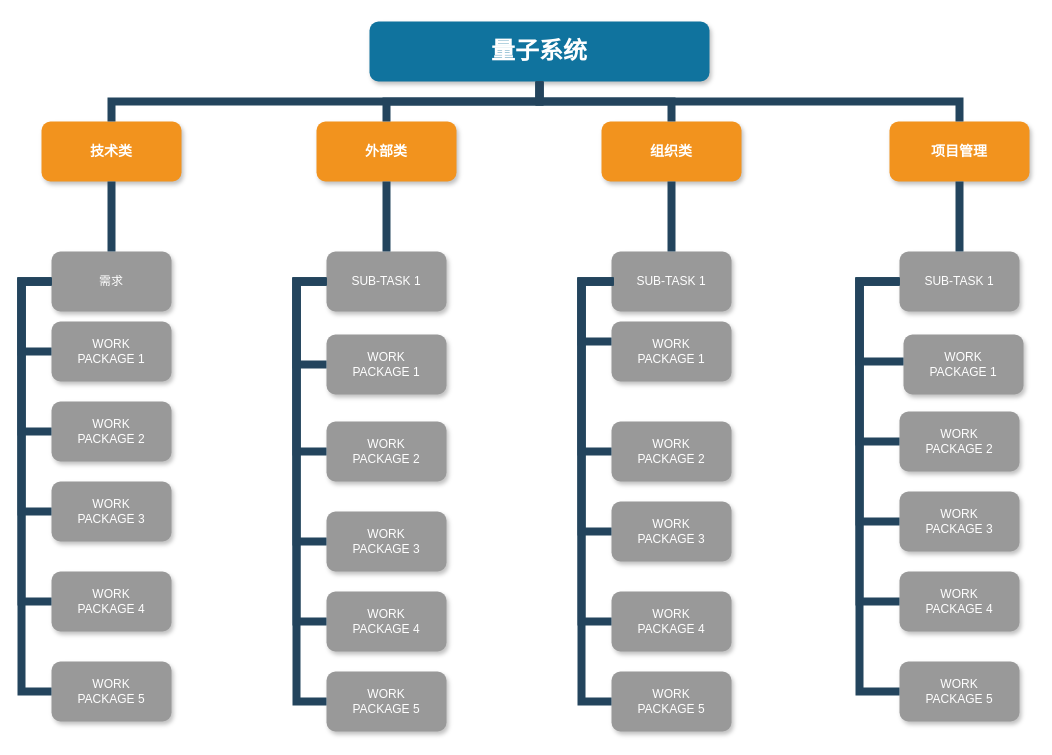
Earlier version of the draw.io diagram 项目风险结构.drawio (xccsoftware/bootStrap). Source tidied: cells renumbered, new cells numbered last; positions are measured from the earlier drawing's top-left corner, leaving out a move shared by most shapes. Both pictures are drawn from the tidied source at 100%, with x=0, y=0 at pixel (-69, 21).
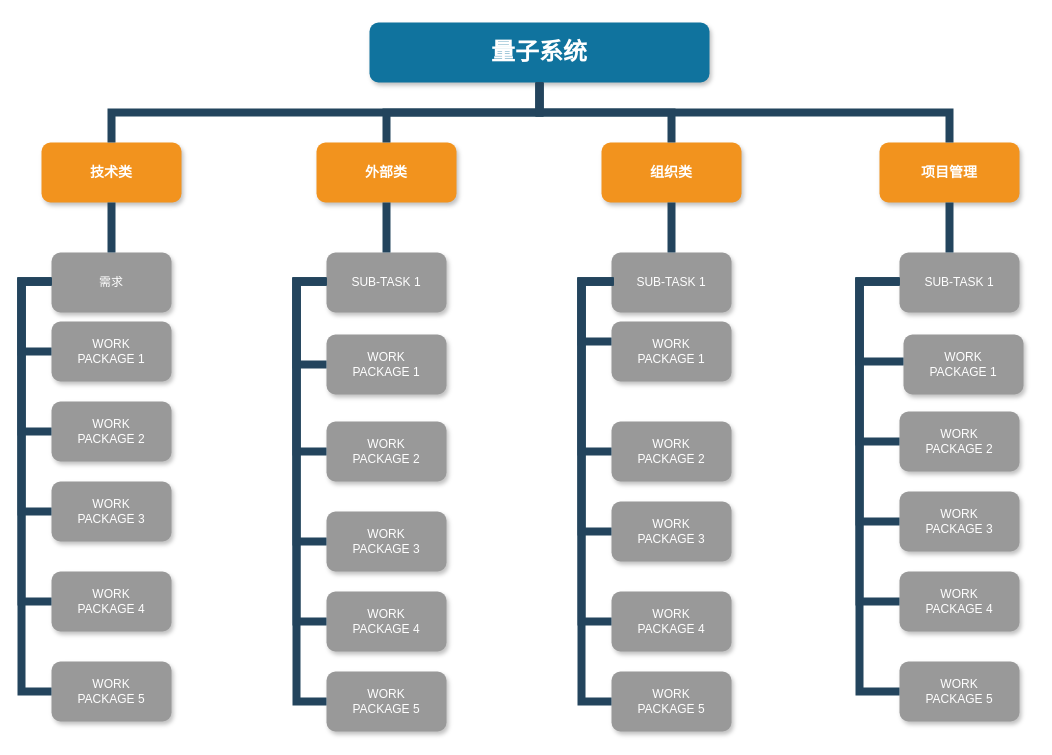
Above is the later version.

Commit message (it also covers changes not shown here):
更新项目风险结构.drawio

The change refers to these unchanged cells:
```xml
<mxCell id="8" value="WORK&#10;PACKAGE 1" style="whiteSpace=wrap;rounded=1;fillColor=#999999;strokeColor=none;shadow=1;fontColor=#FFFFFF;fontStyle=0;" parent="1" vertex="1">
  <mxGeometry x="120" y="300" width="120" height="60" as="geometry" />
</mxCell>
<mxCell id="9" value="WORK&#10;PACKAGE 2" style="whiteSpace=wrap;rounded=1;fillColor=#999999;strokeColor=none;shadow=1;fontColor=#FFFFFF;fontStyle=0;" parent="1" vertex="1">
  <mxGeometry x="120" y="380" width="120" height="60" as="geometry" />
</mxCell>
<mxCell id="10" value="WORK&#10;PACKAGE 3" style="whiteSpace=wrap;rounded=1;fillColor=#999999;strokeColor=none;shadow=1;fontColor=#FFFFFF;fontStyle=0;" parent="1" vertex="1">
  <mxGeometry x="120" y="460" width="120" height="60" as="geometry" />
</mxCell>
<mxCell id="11" value="WORK&#10;PACKAGE 4" style="whiteSpace=wrap;rounded=1;fillColor=#999999;strokeColor=none;shadow=1;fontColor=#FFFFFF;fontStyle=0;" parent="1" vertex="1">
  <mxGeometry x="120" y="550" width="120" height="60" as="geometry" />
</mxCell>
<mxCell id="12" value="WORK&#10;PACKAGE 5" style="whiteSpace=wrap;rounded=1;fillColor=#999999;strokeColor=none;shadow=1;fontColor=#FFFFFF;fontStyle=0;" parent="1" vertex="1">
  <mxGeometry x="120" y="640" width="120" height="60" as="geometry" />
</mxCell>
<mxCell id="14" value="WORK&#10;PACKAGE 1" style="whiteSpace=wrap;rounded=1;fillColor=#999999;strokeColor=none;shadow=1;fontColor=#FFFFFF;fontStyle=0;" parent="1" vertex="1">
  <mxGeometry x="395" y="313" width="120" height="60" as="geometry" />
</mxCell>
<mxCell id="15" value="WORK&#10;PACKAGE 2" style="whiteSpace=wrap;rounded=1;fillColor=#999999;strokeColor=none;shadow=1;fontColor=#FFFFFF;fontStyle=0;" parent="1" vertex="1">
  <mxGeometry x="395" y="400" width="120" height="60" as="geometry" />
</mxCell>
<mxCell id="16" value="WORK&#10;PACKAGE 3" style="whiteSpace=wrap;rounded=1;fillColor=#999999;strokeColor=none;shadow=1;fontColor=#FFFFFF;fontStyle=0;" parent="1" vertex="1">
  <mxGeometry x="395" y="490" width="120" height="60" as="geometry" />
</mxCell>
<mxCell id="17" value="WORK&#10;PACKAGE 4" style="whiteSpace=wrap;rounded=1;fillColor=#999999;strokeColor=none;shadow=1;fontColor=#FFFFFF;fontStyle=0;" parent="1" vertex="1">
  <mxGeometry x="395" y="570" width="120" height="60" as="geometry" />
</mxCell>
<mxCell id="18" value="WORK&#10;PACKAGE 5" style="whiteSpace=wrap;rounded=1;fillColor=#999999;strokeColor=none;shadow=1;fontColor=#FFFFFF;fontStyle=0;" parent="1" vertex="1">
  <mxGeometry x="395" y="650" width="120" height="60" as="geometry" />
</mxCell>
<mxCell id="43" value="WORK&#10;PACKAGE 1" style="whiteSpace=wrap;rounded=1;fillColor=#999999;strokeColor=none;shadow=1;fontColor=#FFFFFF;fontStyle=0;" parent="1" vertex="1">
  <mxGeometry x="972" y="313" width="120" height="60" as="geometry" />
</mxCell>
<mxCell id="44" value="WORK&#10;PACKAGE 2" style="whiteSpace=wrap;rounded=1;fillColor=#999999;strokeColor=none;shadow=1;fontColor=#FFFFFF;fontStyle=0;" parent="1" vertex="1">
  <mxGeometry x="968" y="390" width="120" height="60" as="geometry" />
</mxCell>
<mxCell id="45" value="WORK&#10;PACKAGE 3" style="whiteSpace=wrap;rounded=1;fillColor=#999999;strokeColor=none;shadow=1;fontColor=#FFFFFF;fontStyle=0;" parent="1" vertex="1">
  <mxGeometry x="968" y="470" width="120" height="60" as="geometry" />
</mxCell>
<mxCell id="46" value="WORK&#10;PACKAGE 4" style="whiteSpace=wrap;rounded=1;fillColor=#999999;strokeColor=none;shadow=1;fontColor=#FFFFFF;fontStyle=0;" parent="1" vertex="1">
  <mxGeometry x="968" y="550" width="120" height="60" as="geometry" />
</mxCell>
<mxCell id="47" value="WORK&#10;PACKAGE 5" style="whiteSpace=wrap;rounded=1;fillColor=#999999;strokeColor=none;shadow=1;fontColor=#FFFFFF;fontStyle=0;" parent="1" vertex="1">
  <mxGeometry x="968" y="640" width="120" height="60" as="geometry" />
</mxCell>
```

What changed in the source:
```diff
@@
     <mxCell id="2" value="量子系统" style="whiteSpace=wrap;rounded=1;shadow=1;fillColor=#10739E;strokeColor=none;fontColor=#FFFFFF;fontStyle=1;fontSize=24;" parent="1" vertex="1">
-      <mxGeometry x="438" width="340" height="60" as="geometry" />
+      <mxGeometry x="438" y="1" width="340" height="60" as="geometry" />
     </mxCell>
     <mxCell id="3" value="技术类" style="whiteSpace=wrap;rounded=1;fillColor=#F2931E;strokeColor=none;shadow=1;fontColor=#FFFFFF;fontStyle=1;fontSize=14;" parent="1" vertex="1">
-      <mxGeometry x="110" y="100" width="140" height="60" as="geometry" />
+      <mxGeometry x="110" y="121" width="140" height="60" as="geometry" />
     </mxCell>
     <mxCell id="4" value="外部类" style="whiteSpace=wrap;rounded=1;fillColor=#F2931E;strokeColor=none;shadow=1;fontColor=#FFFFFF;fontStyle=1;fontSize=14;" parent="1" vertex="1">
-      <mxGeometry x="385" y="100" width="140" height="60" as="geometry" />
+      <mxGeometry x="385" y="121" width="140" height="60" as="geometry" />
     </mxCell>
     <mxCell id="5" value="组织类" style="whiteSpace=wrap;rounded=1;fillColor=#F2931E;strokeColor=none;shadow=1;fontColor=#FFFFFF;fontStyle=1;fontSize=14;" parent="1" vertex="1">
-      <mxGeometry x="670" y="100" width="140" height="60" as="geometry" />
+      <mxGeometry x="670" y="121" width="140" height="60" as="geometry" />
     </mxCell>
     <mxCell id="6" value="项目管理" style="whiteSpace=wrap;rounded=1;fillColor=#F2931E;strokeColor=none;shadow=1;fontColor=#FFFFFF;fontStyle=1;fontSize=14;" parent="1" vertex="1">
-      <mxGeometry x="958" y="100" width="140" height="60" as="geometry" />
+      <mxGeometry x="948" y="121" width="140" height="60" as="geometry" />
     </mxCell>
     <mxCell id="7" value="需求" style="whiteSpace=wrap;rounded=1;fillColor=#999999;strokeColor=none;shadow=1;fontColor=#FFFFFF;" parent="1" vertex="1">
-      <mxGeometry x="120" y="230" width="120" height="60" as="geometry" />
+      <mxGeometry x="120" y="231" width="120" height="60" as="geometry" />
     </mxCell>
@@
     <mxCell id="13" value="SUB-TASK 1" style="whiteSpace=wrap;rounded=1;fillColor=#999999;strokeColor=none;shadow=1;fontColor=#FFFFFF;" parent="1" vertex="1">
-      <mxGeometry x="395" y="230" width="120" height="60" as="geometry" />
+      <mxGeometry x="395" y="231" width="120" height="60" as="geometry" />
     </mxCell>
@@
-    <mxCell id="20" style="edgeStyle=elbowEdgeStyle;elbow=horizontal;rounded=0;fontColor=#000000;endArrow=none;endFill=0;strokeWidth=8;strokeColor=#23445D;" parent="1" edge="1" source="7" target="8">
+    <mxCell id="20" style="edgeStyle=elbowEdgeStyle;elbow=horizontal;rounded=0;fontColor=#000000;endArrow=none;endFill=0;strokeWidth=8;strokeColor=#23445D;" parent="1" edge="1" target="8">
       <mxGeometry relative="1" as="geometry">
+        <mxPoint x="120" y="260" as="sourcePoint" />
         <Array as="points">
           <mxPoint x="90" y="330" />
           <mxPoint y="310" />
         </Array>
       </mxGeometry>
     </mxCell>
-    <mxCell id="21" style="edgeStyle=elbowEdgeStyle;elbow=horizontal;rounded=0;fontColor=#000000;endArrow=none;endFill=0;strokeWidth=8;strokeColor=#23445D;" parent="1" edge="1" source="7" target="9">
+    <mxCell id="21" style="edgeStyle=elbowEdgeStyle;elbow=horizontal;rounded=0;fontColor=#000000;endArrow=none;endFill=0;strokeWidth=8;strokeColor=#23445D;" parent="1" edge="1" target="9">
       <mxGeometry relative="1" as="geometry">
+        <mxPoint x="120" y="260" as="sourcePoint" />
         <Array as="points">
           <mxPoint x="90" y="330" />
           <mxPoint y="330" />
         </Array>
       </mxGeometry>
     </mxCell>
-    <mxCell id="22" style="edgeStyle=elbowEdgeStyle;elbow=horizontal;rounded=0;fontColor=#000000;endArrow=none;endFill=0;strokeWidth=8;strokeColor=#23445D;" parent="1" edge="1" source="7" target="12">
+    <mxCell id="22" style="edgeStyle=elbowEdgeStyle;elbow=horizontal;rounded=0;fontColor=#000000;endArrow=none;endFill=0;strokeWidth=8;strokeColor=#23445D;" parent="1" edge="1" target="12">
       <mxGeometry relative="1" as="geometry">
+        <mxPoint x="120" y="260" as="sourcePoint" />
         <Array as="points">
           <mxPoint x="90" y="530" />
           <mxPoint y="470" />
         </Array>
       </mxGeometry>
     </mxCell>
-    <mxCell id="23" style="edgeStyle=elbowEdgeStyle;elbow=horizontal;rounded=0;fontColor=#000000;endArrow=none;endFill=0;strokeWidth=8;strokeColor=#23445D;" parent="1" edge="1" source="7" target="11">
+    <mxCell id="23" style="edgeStyle=elbowEdgeStyle;elbow=horizontal;rounded=0;fontColor=#000000;endArrow=none;endFill=0;strokeWidth=8;strokeColor=#23445D;" parent="1" edge="1" target="11">
       <mxGeometry relative="1" as="geometry">
+        <mxPoint x="120" y="260" as="sourcePoint" />
         <Array as="points">
           <mxPoint x="90" y="480" />
           <mxPoint y="340" />
         </Array>
       </mxGeometry>
     </mxCell>
-    <mxCell id="24" style="edgeStyle=elbowEdgeStyle;elbow=horizontal;rounded=0;fontColor=#000000;endArrow=none;endFill=0;strokeWidth=8;strokeColor=#23445D;" parent="1" edge="1" source="7" target="10">
+    <mxCell id="24" style="edgeStyle=elbowEdgeStyle;elbow=horizontal;rounded=0;fontColor=#000000;endArrow=none;endFill=0;strokeWidth=8;strokeColor=#23445D;" parent="1" edge="1" target="10">
       <mxGeometry relative="1" as="geometry">
+        <mxPoint x="120" y="260" as="sourcePoint" />
         <Array as="points">
           <mxPoint x="90" y="450" />
           <mxPoint y="360" />
         </Array>
       </mxGeometry>
     </mxCell>
     <mxCell id="25" style="edgeStyle=elbowEdgeStyle;elbow=vertical;rounded=0;fontColor=#000000;endArrow=none;endFill=0;strokeWidth=8;strokeColor=#23445D;" parent="1" edge="1" source="4" target="13">
       <mxGeometry relative="1" as="geometry">
         <Array as="points">
-          <mxPoint x="455" y="210" />
+          <mxPoint x="455" y="211" />
         </Array>
       </mxGeometry>
     </mxCell>
-    <mxCell id="26" style="edgeStyle=elbowEdgeStyle;elbow=horizontal;rounded=0;fontColor=#000000;endArrow=none;endFill=0;strokeWidth=8;strokeColor=#23445D;" parent="1" edge="1" source="13" target="14">
+    <mxCell id="26" style="edgeStyle=elbowEdgeStyle;elbow=horizontal;rounded=0;fontColor=#000000;endArrow=none;endFill=0;strokeWidth=8;strokeColor=#23445D;" parent="1" edge="1" target="14">
       <mxGeometry relative="1" as="geometry">
+        <mxPoint x="395" y="260" as="sourcePoint" />
         <Array as="points">
           <mxPoint x="365" y="310" />
         </Array>
       </mxGeometry>
     </mxCell>
-    <mxCell id="27" style="edgeStyle=elbowEdgeStyle;elbow=horizontal;rounded=0;fontColor=#000000;endArrow=none;endFill=0;strokeWidth=8;strokeColor=#23445D;" parent="1" edge="1" source="13" target="15">
+    <mxCell id="27" style="edgeStyle=elbowEdgeStyle;elbow=horizontal;rounded=0;fontColor=#000000;endArrow=none;endFill=0;strokeWidth=8;strokeColor=#23445D;" parent="1" edge="1" target="15">
       <mxGeometry relative="1" as="geometry">
+        <mxPoint x="395" y="260" as="sourcePoint" />
         <Array as="points">
           <mxPoint x="365" y="390" />
           <mxPoint x="275" y="350" />
         </Array>
       </mxGeometry>
     </mxCell>
-    <mxCell id="28" style="edgeStyle=elbowEdgeStyle;elbow=horizontal;rounded=0;fontColor=#000000;endArrow=none;endFill=0;strokeWidth=8;strokeColor=#23445D;" parent="1" edge="1" source="13" target="18">
+    <mxCell id="28" style="edgeStyle=elbowEdgeStyle;elbow=horizontal;rounded=0;fontColor=#000000;endArrow=none;endFill=0;strokeWidth=8;strokeColor=#23445D;" parent="1" edge="1" target="18">
       <mxGeometry relative="1" as="geometry">
+        <mxPoint x="395" y="260" as="sourcePoint" />
         <Array as="points">
           <mxPoint x="365" y="390" />
           <mxPoint x="275" y="480" />
         </Array>
       </mxGeometry>
     </mxCell>
-    <mxCell id="29" style="edgeStyle=elbowEdgeStyle;elbow=horizontal;rounded=0;fontColor=#000000;endArrow=none;endFill=0;strokeWidth=8;strokeColor=#23445D;" parent="1" edge="1" source="13" target="17">
+    <mxCell id="29" style="edgeStyle=elbowEdgeStyle;elbow=horizontal;rounded=0;fontColor=#000000;endArrow=none;endFill=0;strokeWidth=8;strokeColor=#23445D;" parent="1" edge="1" target="17">
       <mxGeometry relative="1" as="geometry">
+        <mxPoint x="395" y="260" as="sourcePoint" />
         <Array as="points">
           <mxPoint x="365" y="330" />
           <mxPoint x="275" y="430" />
         </Array>
       </mxGeometry>
     </mxCell>
-    <mxCell id="30" style="edgeStyle=elbowEdgeStyle;elbow=horizontal;rounded=0;fontColor=#000000;endArrow=none;endFill=0;strokeWidth=8;strokeColor=#23445D;" parent="1" edge="1" source="13" target="16">
+    <mxCell id="30" style="edgeStyle=elbowEdgeStyle;elbow=horizontal;rounded=0;fontColor=#000000;endArrow=none;endFill=0;strokeWidth=8;strokeColor=#23445D;" parent="1" edge="1" target="16">
       <mxGeometry relative="1" as="geometry">
+        <mxPoint x="395" y="260" as="sourcePoint" />
         <Array as="points">
           <mxPoint x="365" y="320" />
           <mxPoint x="375" y="390" />
           <mxPoint x="275" y="400" />
         </Array>
       </mxGeometry>
     </mxCell>
     <mxCell id="31" value="SUB-TASK 1" style="whiteSpace=wrap;rounded=1;fillColor=#999999;strokeColor=none;shadow=1;fontColor=#FFFFFF;" parent="1" vertex="1">
-      <mxGeometry x="680" y="230" width="120" height="60" as="geometry" />
+      <mxGeometry x="680" y="231" width="120" height="60" as="geometry" />
     </mxCell>
@@
     <mxCell id="42" value="SUB-TASK 1" style="whiteSpace=wrap;rounded=1;fillColor=#999999;strokeColor=none;shadow=1;fontColor=#FFFFFF;" parent="1" vertex="1">
-      <mxGeometry x="968" y="230" width="120" height="60" as="geometry" />
+      <mxGeometry x="968" y="231" width="120" height="60" as="geometry" />
     </mxCell>
@@
-    <mxCell id="48" style="edgeStyle=elbowEdgeStyle;elbow=horizontal;rounded=0;fontColor=#000000;endArrow=none;endFill=0;strokeWidth=8;strokeColor=#23445D;" parent="1" edge="1" source="42" target="43">
+    <mxCell id="48" style="edgeStyle=elbowEdgeStyle;elbow=horizontal;rounded=0;fontColor=#000000;endArrow=none;endFill=0;strokeWidth=8;strokeColor=#23445D;" parent="1" edge="1" target="43">
       <mxGeometry relative="1" as="geometry">
+        <mxPoint x="968" y="260" as="sourcePoint" />
         <Array as="points">
           <mxPoint x="928" y="340" />
           <mxPoint x="478" y="310" />
         </Array>
       </mxGeometry>
     </mxCell>
-    <mxCell id="49" style="edgeStyle=elbowEdgeStyle;elbow=horizontal;rounded=0;fontColor=#000000;endArrow=none;endFill=0;strokeWidth=8;strokeColor=#23445D;" parent="1" edge="1" source="42" target="44">
+    <mxCell id="49" style="edgeStyle=elbowEdgeStyle;elbow=horizontal;rounded=0;fontColor=#000000;endArrow=none;endFill=0;strokeWidth=8;strokeColor=#23445D;" parent="1" edge="1" target="44">
       <mxGeometry relative="1" as="geometry">
+        <mxPoint x="968" y="260" as="sourcePoint" />
         <Array as="points">
           <mxPoint x="928" y="370" />
         </Array>
       </mxGeometry>
     </mxCell>
-    <mxCell id="50" style="edgeStyle=elbowEdgeStyle;elbow=horizontal;rounded=0;fontColor=#000000;endArrow=none;endFill=0;strokeWidth=8;strokeColor=#23445D;" parent="1" edge="1" source="42" target="47">
+    <mxCell id="50" style="edgeStyle=elbowEdgeStyle;elbow=horizontal;rounded=0;fontColor=#000000;endArrow=none;endFill=0;strokeWidth=8;strokeColor=#23445D;" parent="1" edge="1" target="47">
       <mxGeometry relative="1" as="geometry">
+        <mxPoint x="968" y="260" as="sourcePoint" />
         <Array as="points">
           <mxPoint x="928" y="540" />
           <mxPoint x="478" y="480" />
         </Array>
       </mxGeometry>
     </mxCell>
-    <mxCell id="51" style="edgeStyle=elbowEdgeStyle;elbow=horizontal;rounded=0;fontColor=#000000;endArrow=none;endFill=0;strokeWidth=8;strokeColor=#23445D;" parent="1" edge="1" source="42" target="46">
+    <mxCell id="51" style="edgeStyle=elbowEdgeStyle;elbow=horizontal;rounded=0;fontColor=#000000;endArrow=none;endFill=0;strokeWidth=8;strokeColor=#23445D;" parent="1" edge="1" target="46">
       <mxGeometry relative="1" as="geometry">
+        <mxPoint x="968" y="260" as="sourcePoint" />
         <Array as="points">
           <mxPoint x="928" y="390" />
           <mxPoint x="478" y="430" />
         </Array>
       </mxGeometry>
     </mxCell>
-    <mxCell id="52" style="edgeStyle=elbowEdgeStyle;elbow=horizontal;rounded=0;fontColor=#000000;endArrow=none;endFill=0;strokeWidth=8;strokeColor=#23445D;" parent="1" edge="1" source="42" target="45">
+    <mxCell id="52" style="edgeStyle=elbowEdgeStyle;elbow=horizontal;rounded=0;fontColor=#000000;endArrow=none;endFill=0;strokeWidth=8;strokeColor=#23445D;" parent="1" edge="1" target="45">
       <mxGeometry relative="1" as="geometry">
+        <mxPoint x="968" y="260" as="sourcePoint" />
         <Array as="points">
           <mxPoint x="928" y="320" />
           <mxPoint x="478" y="400" />
         </Array>
       </mxGeometry>
     </mxCell>
@@
     <mxCell id="54" style="edgeStyle=elbowEdgeStyle;elbow=vertical;rounded=0;fontColor=#000000;endArrow=none;endFill=0;strokeWidth=8;strokeColor=#23445D;" parent="1" edge="1" source="6" target="42">
-      <mxGeometry relative="1" as="geometry" />
+      <mxGeometry relative="1" as="geometry">
+        <Array as="points">
+          <mxPoint x="1018" y="221" />
+        </Array>
+      </mxGeometry>
     </mxCell>
```
